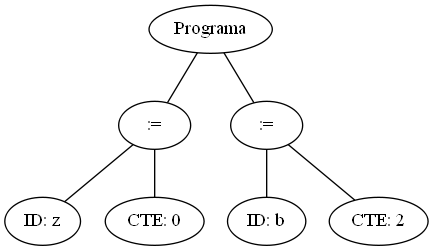
Before: AnalizadorLexico/arbolito.png, a diagram exported from Graphviz (JosueGaticaOdato/Integrador-TEOI). Its source is kept beside it as AnalizadorLexico/arbolito.dot.
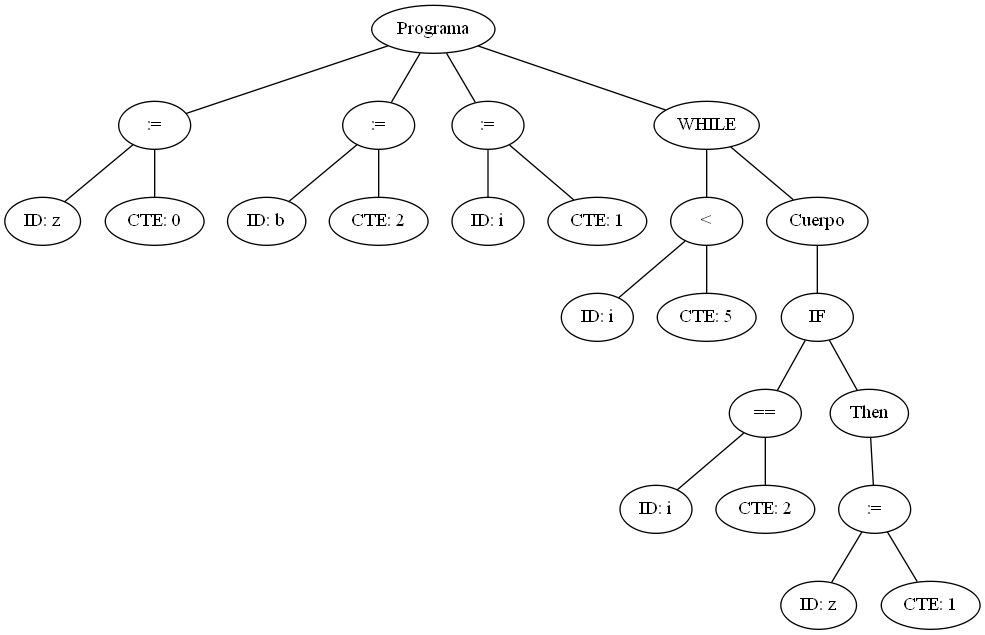
After the commit.

The edit, as a diff of the source:
```diff
@@ -1,14 +1,46 @@
 graph G {nodo_programa [label="Programa"]
-nodo_999966131 [label=":="]
-nodo_programa -- nodo_999966131
-nodo_793589513 [label="ID: z"]
-nodo_999966131 -- nodo_793589513
-nodo_1313922862 [label="CTE: 0"]
-nodo_999966131 -- nodo_1313922862
-nodo_186370029 [label=":="]
-nodo_programa -- nodo_186370029
-nodo_2094548358 [label="ID: b"]
-nodo_186370029 -- nodo_2094548358
-nodo_51228289 [label="CTE: 2"]
-nodo_186370029 -- nodo_51228289
+nodo_1828972342 [label=":="]
+nodo_programa -- nodo_1828972342
+nodo_883049899 [label="ID: z"]
+nodo_1828972342 -- nodo_883049899
+nodo_2093176254 [label="CTE: 0"]
+nodo_1828972342 -- nodo_2093176254
+nodo_1323165413 [label=":="]
+nodo_programa -- nodo_1323165413
+nodo_1880587981 [label="ID: b"]
+nodo_1323165413 -- nodo_1880587981
+nodo_511754216 [label="CTE: 2"]
+nodo_1323165413 -- nodo_511754216
+nodo_1721931908 [label=":="]
+nodo_programa -- nodo_1721931908
+nodo_1198108795 [label="ID: i"]
+nodo_1721931908 -- nodo_1198108795
+nodo_214126413 [label="CTE: 1"]
+nodo_1721931908 -- nodo_214126413
+nodo_396873410 [label="WHILE"]
+nodo_programa -- nodo_396873410
+nodo_1706234378 [label="<"]
+nodo_396873410 -- nodo_1706234378
+nodo_1867750575 [label="ID: i"]
+nodo_1706234378 -- nodo_1867750575
+nodo_2046562095 [label="CTE: 5"]
+nodo_1706234378 -- nodo_2046562095
+nodo_1342443276 [label="Cuerpo"]
+nodo_396873410 -- nodo_1342443276
+nodo_769287236 [label="IF"]
+nodo_1342443276 -- nodo_769287236
+nodo_1587487668 [label="=="]
+nodo_769287236 -- nodo_1587487668
+nodo_1199823423 [label="ID: i"]
+nodo_1587487668 -- nodo_1199823423
+nodo_932172204 [label="CTE: 2"]
+nodo_1587487668 -- nodo_932172204
+nodo_1225358173 [label="Then"]
+nodo_769287236 -- nodo_1225358173
+nodo_1848402763 [label=":="]
+nodo_1225358173 -- nodo_1848402763
+nodo_933699219 [label="ID: z"]
+nodo_1848402763 -- nodo_933699219
+nodo_2121055098 [label="CTE: 1"]
+nodo_1848402763 -- nodo_2121055098
 }
```
